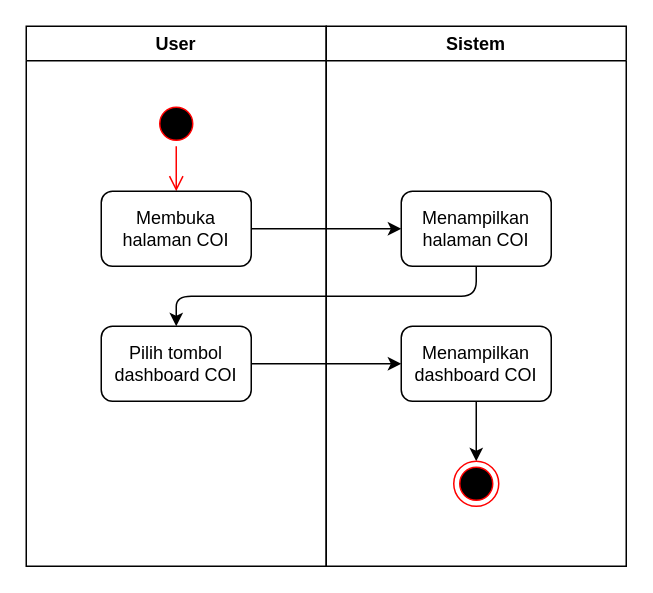
This is COI/dashboardCOI.drawio from rismanrhz/idms, a draw.io file, before an edit. Source tidied: cells renumbered, new cells numbered last; positions are measured from the earlier drawing's top-left corner, leaving out a move shared by most shapes. Both pictures are drawn from the tidied source at 150%, with x=0, y=0 at pixel (26, 26).
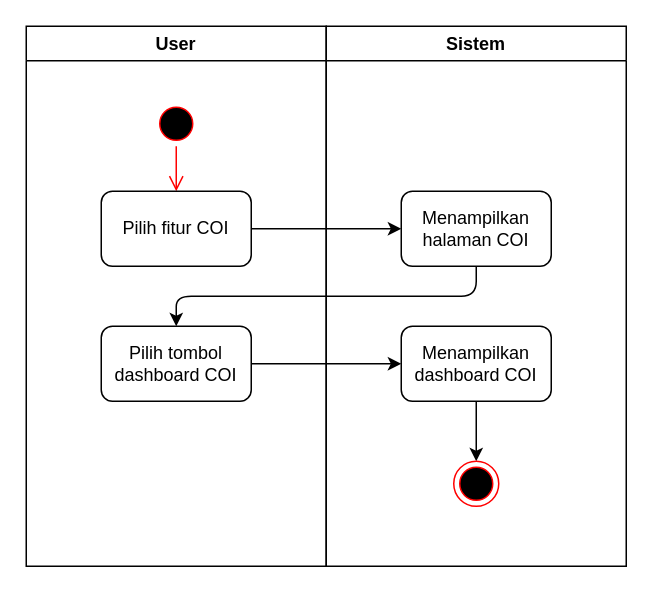
The same diagram, later.

Change to the diagram source:
```diff
@@
 <mxGraphModel>
   <root>
     <mxCell id="0" />
     <mxCell id="1" parent="0" />
     <mxCell id="2" value="User" style="swimlane;whiteSpace=wrap;html=1;" parent="1" vertex="1">
       <mxGeometry width="200" height="360" as="geometry" />
     </mxCell>
     <mxCell id="3" style="ellipse;html=1;shape=startState;fillColor=#000000;strokeColor=#ff0000;" parent="2" vertex="1">
       <mxGeometry x="85" y="50" width="30" height="30" as="geometry" />
     </mxCell>
     <mxCell id="4" style="edgeStyle=orthogonalEdgeStyle;html=1;verticalAlign=bottom;endArrow=open;endSize=8;strokeColor=#ff0000;entryX=0.5;entryY=0;entryDx=0;entryDy=0;" parent="2" edge="1" source="3" target="5">
       <mxGeometry relative="1" as="geometry" />
     </mxCell>
-    <mxCell id="5" value="Membuka halaman COI" style="rounded=1;whiteSpace=wrap;html=1;" parent="2" vertex="1">
+    <mxCell id="5" value="Pilih fitur COI" style="rounded=1;whiteSpace=wrap;html=1;" parent="2" vertex="1">
       <mxGeometry x="50" y="110" width="100" height="50" as="geometry" />
     </mxCell>
     <mxCell id="6" value="Pilih tombol dashboard COI" style="rounded=1;whiteSpace=wrap;html=1;" parent="2" vertex="1">
       <mxGeometry x="50" y="200" width="100" height="50" as="geometry" />
     </mxCell>
     <mxCell id="7" value="Sistem" style="swimlane;whiteSpace=wrap;html=1;startSize=23;" parent="1" vertex="1">
       <mxGeometry x="200" width="200" height="360" as="geometry" />
     </mxCell>
     <mxCell id="8" value="Menampilkan halaman COI" style="rounded=1;whiteSpace=wrap;html=1;" parent="7" vertex="1">
       <mxGeometry x="50" y="110" width="100" height="50" as="geometry" />
     </mxCell>
     <mxCell id="9" style="edgeStyle=none;html=1;" parent="7" edge="1" source="10" target="11">
       <mxGeometry relative="1" as="geometry" />
     </mxCell>
     <mxCell id="10" value="Menampilkan dashboard COI" style="rounded=1;whiteSpace=wrap;html=1;" parent="7" vertex="1">
       <mxGeometry x="50" y="200" width="100" height="50" as="geometry" />
     </mxCell>
     <mxCell id="11" style="ellipse;html=1;shape=endState;fillColor=#000000;strokeColor=#ff0000;" parent="7" vertex="1">
       <mxGeometry x="85" y="290" width="30" height="30" as="geometry" />
     </mxCell>
     <mxCell id="12" style="edgeStyle=none;html=1;" parent="1" edge="1" source="5" target="8">
       <mxGeometry relative="1" as="geometry" />
     </mxCell>
     <mxCell id="13" style="edgeStyle=none;html=1;exitX=0.5;exitY=1;exitDx=0;exitDy=0;entryX=0.5;entryY=0;entryDx=0;entryDy=0;" parent="1" edge="1" source="8" target="6">
       <mxGeometry relative="1" as="geometry">
         <Array as="points">
           <mxPoint x="300" y="180" />
           <mxPoint x="100" y="180" />
         </Array>
       </mxGeometry>
     </mxCell>
     <mxCell id="14" style="edgeStyle=none;html=1;" parent="1" edge="1" source="6" target="10">
       <mxGeometry relative="1" as="geometry" />
     </mxCell>
   </root>
 </mxGraphModel>
```
